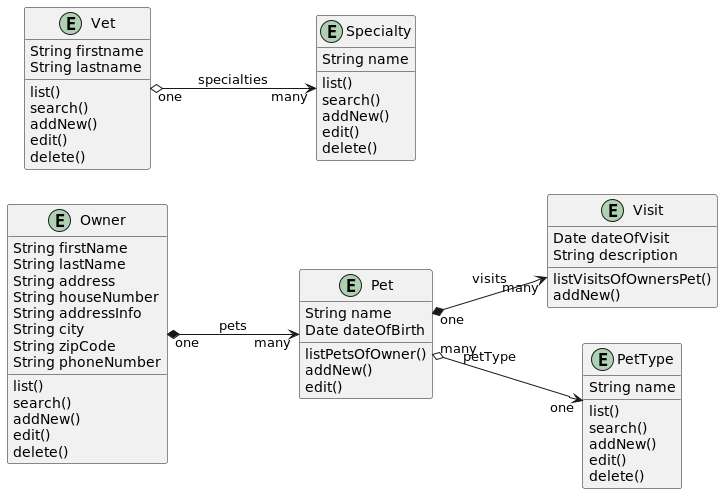
Before: src/main/webapp/img/10_Domain_Class_Modell.png, a diagram exported from PlantUML (Jakarta-EE-Petclinic/petclinic-jakartaee).
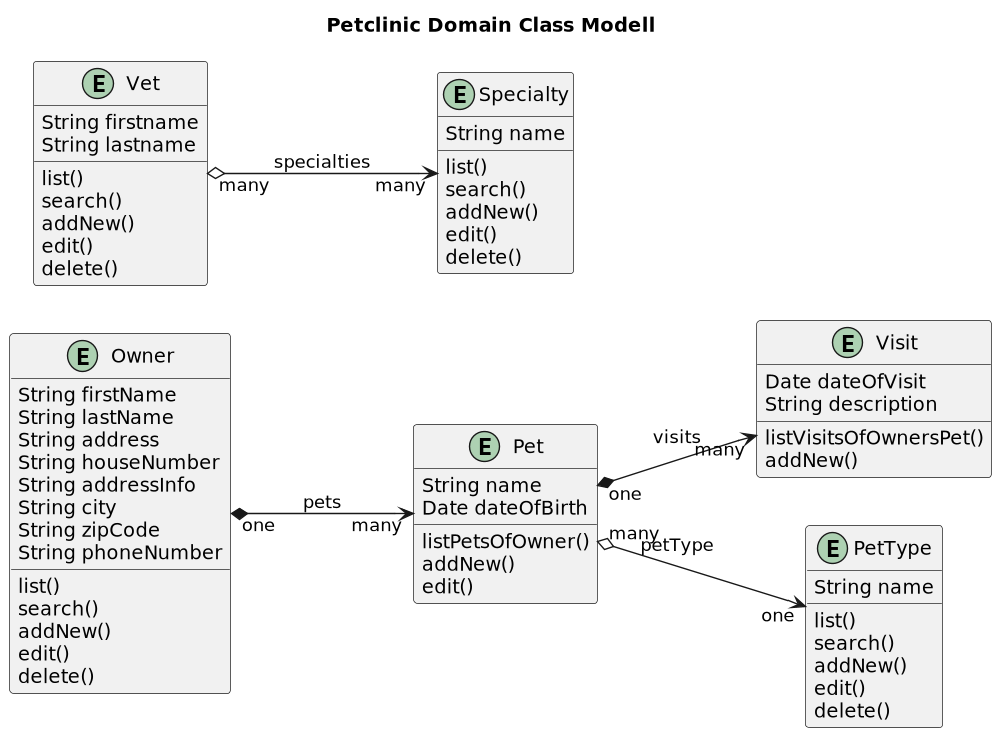
The same file after the commit.

Change to the diagram source:
```diff
@@ -1,6 +1,11 @@
 @startuml
 
+
+title Petclinic Domain Class Modell
+
 left to right direction
+
+scale 1000 width
 
 entity Owner {
  String firstName
@@ -64,5 +69,5 @@
 Owner "one"  *--> "many"  Pet: pets
 Pet "one" *--> "many" Visit: visits
 Pet "many"  o-->  "one" PetType: petType
-Vet "one" o--> "many" Specialty: specialties
+Vet "many" o--> "many" Specialty: specialties
 @enduml
```
